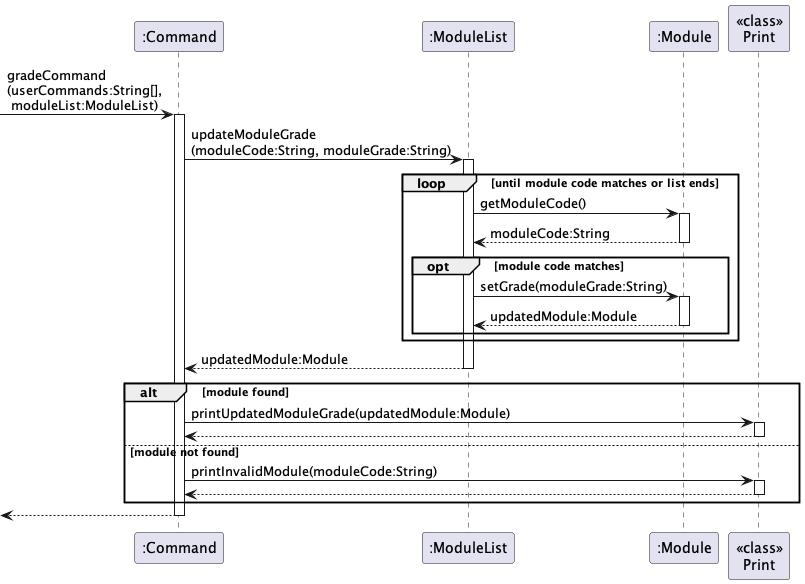
This is docs/diagrams/GradeCommand.png from saintzaw/tp, a PlantUML export, as it was before one commit.
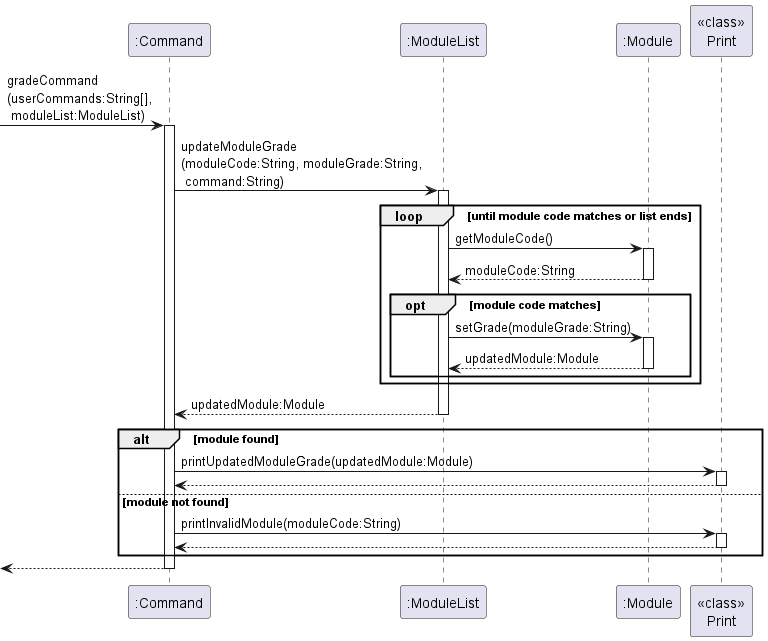
After the change.

Commit message:
Update grade command diagram

Diff of the diagram source:
```diff
@@ -7,7 +7,7 @@
 
 [->Command : gradeCommand\n(userCommands:String[],\n moduleList:ModuleList)
 activate Command
-Command->ML : updateModuleGrade\n(moduleCode:String, moduleGrade:String)
+Command->ML : updateModuleGrade\n(moduleCode:String, moduleGrade:String, \n command:String)
 
 activate ML
 loop until module code matches or list ends
```
